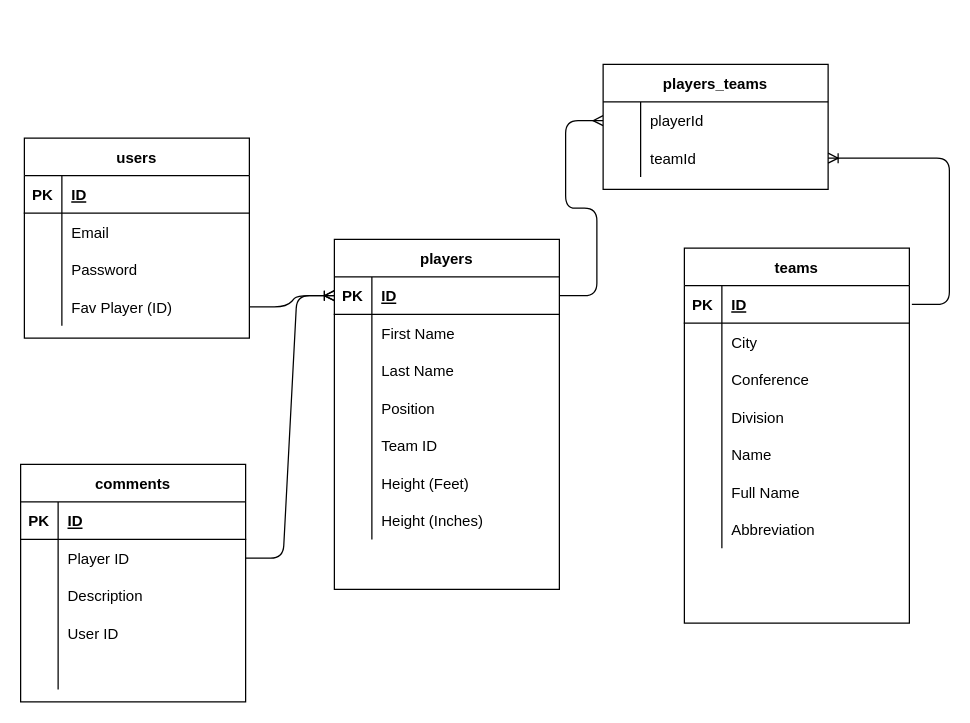
Earlier version of the draw.io diagram ERD.drawio (devin-lynch/proj-2-nba-app). Source tidied: cells renumbered, new cells numbered last; positions are measured from the earlier drawing's top-left corner, leaving out a move shared by most shapes. Both pictures are drawn from the tidied source at 125%, with x=0, y=0 at pixel (20, 64).
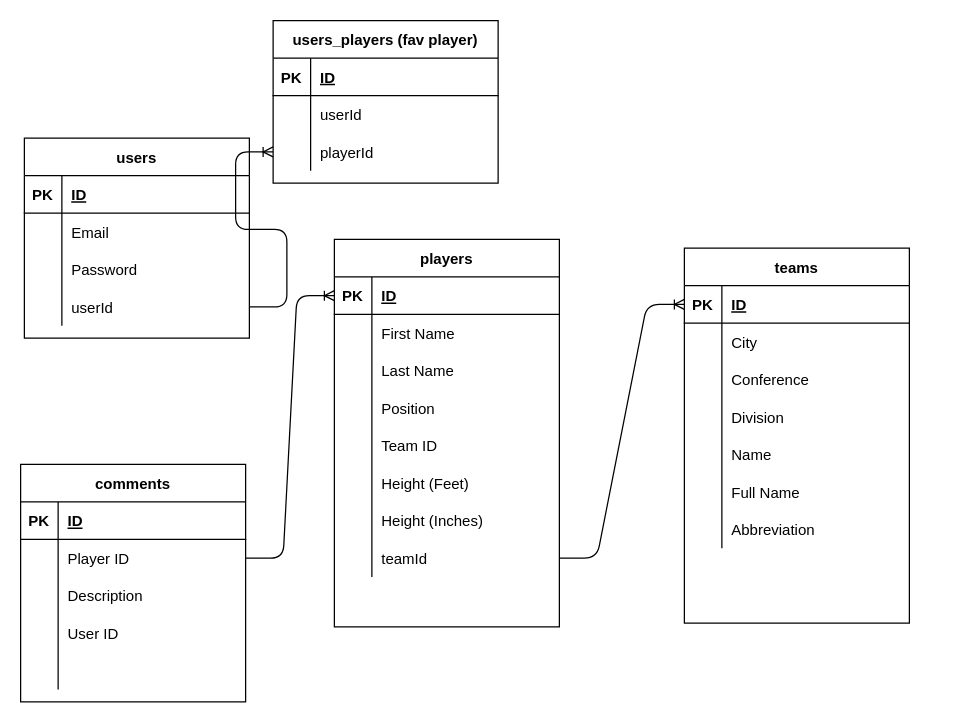
The same diagram, later.

The change refers to these unchanged cells:
```xml
<mxCell id="3" style="shape=partialRectangle;fillColor=none;top=0;left=0;bottom=1;right=0;points=[[0,0.5],[1,0.5]];portConstraint=eastwest;" parent="2" vertex="1">
  <mxGeometry y="30" width="180" height="30" as="geometry" />
</mxCell>
<mxCell id="25" style="shape=partialRectangle;fillColor=none;top=0;left=0;bottom=1;right=0;points=[[0,0.5],[1,0.5]];portConstraint=eastwest;" parent="24" vertex="1">
  <mxGeometry y="30" width="180" height="30" as="geometry" />
</mxCell>
<mxCell id="57" style="shape=partialRectangle;fillColor=none;top=0;left=0;bottom=0;right=0;points=[[0,0.5],[1,0.5]];portConstraint=eastwest;" parent="47" vertex="1">
  <mxGeometry y="120" width="180" height="30" as="geometry" />
</mxCell>
```

Diff of the diagram source:
```diff
@@
     <mxCell id="2" value="players" style="shape=table;startSize=30;childLayout=tableLayout;rowLines=0;fontStyle=1;align=center;swimlaneFillColor=default;" parent="1" vertex="1">
-      <mxGeometry x="251" y="140" width="180" height="280" as="geometry" />
+      <mxGeometry x="251" y="140" width="180" height="310" as="geometry" />
     </mxCell>
@@
+    <mxCell id="86" style="shape=partialRectangle;fillColor=none;top=0;left=0;bottom=0;right=0;points=[[0,0.5],[1,0.5]];portConstraint=eastwest;" parent="2" vertex="1">
+      <mxGeometry y="240" width="180" height="30" as="geometry" />
+    </mxCell>
+    <mxCell id="87" style="shape=partialRectangle;fillColor=none;top=0;left=0;bottom=0;right=0;overflow=hidden;" parent="86" vertex="1">
+      <mxGeometry width="30" height="30" as="geometry" />
+    </mxCell>
+    <mxCell id="84" value="teamId" style="shape=partialRectangle;fillColor=none;top=0;left=0;bottom=0;right=0;align=left;spacingLeft=6;overflow=hidden;" parent="86" vertex="1">
+      <mxGeometry x="30" width="150" height="30" as="geometry" />
+    </mxCell>
@@
-    <mxCell id="46" style="edgeStyle=entityRelationEdgeStyle;fontSize=12;html=1;endArrow=ERmany;exitX=1;exitY=0.5;exitDx=0;exitDy=0;entryX=0;entryY=0.5;entryDx=0;entryDy=0;" parent="1" edge="1" source="3" target="79">
-      <mxGeometry relative="1" as="geometry" />
-    </mxCell>
@@
-    <mxCell id="59" value="Fav Player (ID)" style="shape=partialRectangle;fillColor=none;top=0;left=0;bottom=0;right=0;align=left;spacingLeft=6;overflow=hidden;" parent="57" vertex="1">
+    <mxCell id="59" value="userId" style="shape=partialRectangle;fillColor=none;top=0;left=0;bottom=0;right=0;align=left;spacingLeft=6;overflow=hidden;" parent="57" vertex="1">
       <mxGeometry x="30" width="150" height="30" as="geometry" />
     </mxCell>
-    <mxCell id="60" style="edgeStyle=entityRelationEdgeStyle;fontSize=12;html=1;endArrow=ERoneToMany;exitX=1;exitY=0.5;exitDx=0;exitDy=0;entryX=0;entryY=0.5;entryDx=0;entryDy=0;" parent="1" edge="1" source="57" target="3">
+    <mxCell id="60" style="edgeStyle=entityRelationEdgeStyle;fontSize=12;html=1;endArrow=ERoneToMany;exitX=1;exitY=0.5;exitDx=0;exitDy=0;entryX=0;entryY=0.5;entryDx=0;entryDy=0;" parent="1" edge="1" source="57" target="94">
       <mxGeometry relative="1" as="geometry" />
     </mxCell>
@@
-    <mxCell id="78" value="players_teams" style="shape=table;startSize=30;childLayout=tableLayout;rowLines=0;fontStyle=1;align=center;swimlaneFillColor=default;" parent="1" vertex="1">
-      <mxGeometry x="466" width="180" height="100" as="geometry" />
-    </mxCell>
-    <mxCell id="79" style="shape=partialRectangle;fillColor=none;top=0;left=0;bottom=0;right=0;points=[[0,0.5],[1,0.5]];portConstraint=eastwest;" parent="78" vertex="1">
-      <mxGeometry y="30" width="180" height="30" as="geometry" />
-    </mxCell>
-    <mxCell id="80" style="shape=partialRectangle;fillColor=none;top=0;left=0;bottom=0;right=0;overflow=hidden;" parent="79" vertex="1">
-      <mxGeometry width="30" height="30" as="geometry" />
-    </mxCell>
+    <mxCell id="88" value="users_players (fav player)" style="shape=table;startSize=30;childLayout=tableLayout;rowLines=0;fontStyle=1;align=center;" parent="1" vertex="1">
+      <mxGeometry x="202" y="-35" width="180" height="130" as="geometry" />
+    </mxCell>
+    <mxCell id="89" style="shape=partialRectangle;fillColor=none;top=0;left=0;bottom=1;right=0;" parent="88" vertex="1">
+      <mxGeometry y="30" width="180" height="30" as="geometry" />
+    </mxCell>
+    <mxCell id="90" value="PK" style="shape=partialRectangle;fillColor=none;top=0;left=0;bottom=0;right=0;fontStyle=1;overflow=hidden;" parent="89" vertex="1">
+      <mxGeometry width="30" height="30" as="geometry" />
+    </mxCell>
+    <mxCell id="91" value="ID" style="shape=partialRectangle;fillColor=none;top=0;left=0;bottom=0;right=0;align=left;spacingLeft=6;fontStyle=5;overflow=hidden;" parent="89" vertex="1">
+      <mxGeometry x="30" width="150" height="30" as="geometry" />
+    </mxCell>
+    <mxCell id="82" style="shape=partialRectangle;fillColor=none;top=0;left=0;bottom=0;right=0;points=[[0,0.5],[1,0.5]];portConstraint=eastwest;" parent="88" vertex="1">
+      <mxGeometry y="60" width="180" height="30" as="geometry" />
+    </mxCell>
+    <mxCell id="92" style="shape=partialRectangle;fillColor=none;top=0;left=0;bottom=0;right=0;overflow=hidden;" parent="82" vertex="1">
+      <mxGeometry width="30" height="30" as="geometry" />
+    </mxCell>
+    <mxCell id="93" value="userId" style="shape=partialRectangle;fillColor=none;top=0;left=0;bottom=0;right=0;align=left;spacingLeft=6;overflow=hidden;" parent="82" vertex="1">
+      <mxGeometry x="30" width="150" height="30" as="geometry" />
+    </mxCell>
+    <mxCell id="94" style="shape=partialRectangle;fillColor=none;top=0;left=0;bottom=0;right=0;points=[[0,0.5],[1,0.5]];portConstraint=eastwest;" parent="88" vertex="1">
+      <mxGeometry y="90" width="180" height="30" as="geometry" />
+    </mxCell>
+    <mxCell id="95" style="shape=partialRectangle;fillColor=none;top=0;left=0;bottom=0;right=0;overflow=hidden;" parent="94" vertex="1">
+      <mxGeometry width="30" height="30" as="geometry" />
+    </mxCell>
-    <mxCell id="81" value="playerId" style="shape=partialRectangle;fillColor=none;top=0;left=0;bottom=0;right=0;align=left;spacingLeft=6;overflow=hidden;" parent="79" vertex="1">
+    <mxCell id="81" value="playerId" style="shape=partialRectangle;fillColor=none;top=0;left=0;bottom=0;right=0;align=left;spacingLeft=6;overflow=hidden;" parent="94" vertex="1">
       <mxGeometry x="30" width="150" height="30" as="geometry" />
     </mxCell>
-    <mxCell id="82" style="shape=partialRectangle;fillColor=none;top=0;left=0;bottom=0;right=0;points=[[0,0.5],[1,0.5]];portConstraint=eastwest;" parent="78" vertex="1">
-      <mxGeometry y="60" width="180" height="30" as="geometry" />
-    </mxCell>
-    <mxCell id="83" style="shape=partialRectangle;fillColor=none;top=0;left=0;bottom=0;right=0;overflow=hidden;" parent="82" vertex="1">
-      <mxGeometry width="30" height="30" as="geometry" />
-    </mxCell>
-    <mxCell id="84" value="teamId" style="shape=partialRectangle;fillColor=none;top=0;left=0;bottom=0;right=0;align=left;spacingLeft=6;overflow=hidden;" parent="82" vertex="1">
-      <mxGeometry x="30" width="150" height="30" as="geometry" />
-    </mxCell>
-    <mxCell id="85" style="edgeStyle=entityRelationEdgeStyle;fontSize=12;html=1;endArrow=ERoneToMany;entryX=1;entryY=0.5;entryDx=0;entryDy=0;" parent="1" edge="1" target="82">
-      <mxGeometry relative="1" as="geometry">
-        <mxPoint x="713" y="192" as="sourcePoint" />
-      </mxGeometry>
-    </mxCell>
+    <mxCell id="96" style="edgeStyle=entityRelationEdgeStyle;fontSize=12;html=1;endArrow=ERoneToMany;exitX=1;exitY=0.5;exitDx=0;exitDy=0;" parent="1" edge="1" source="86" target="25">
+      <mxGeometry relative="1" as="geometry" />
+    </mxCell>
```
